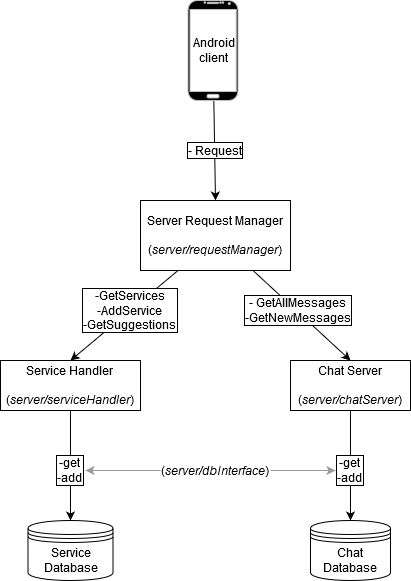
Before: imgs/server_modules.png, a diagram exported from draw.io (CLewisS/321-project). Source tidied: cells renumbered, new cells last; positions are measured from the earlier drawing's top-left corner, leaving out a move shared by most shapes.
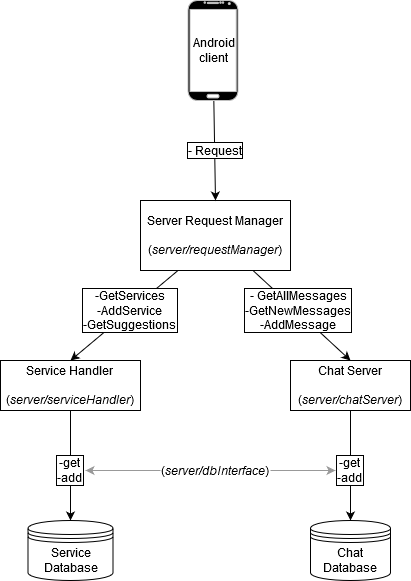
Later version of the same file.

The edit, as a diff of the source:
```diff
@@ -23,7 +23,7 @@
     <mxCell id="8" value="&lt;div&gt;Server Request Manager&lt;/div&gt;&lt;div&gt;&lt;br&gt;&lt;/div&gt;&lt;div&gt;(&lt;i&gt;server/requestManager&lt;/i&gt;)&lt;br&gt;&lt;/div&gt;" style="rounded=0;whiteSpace=wrap;html=1;" parent="1" vertex="1">
       <mxGeometry x="140" y="200" width="150" height="70" as="geometry" />
     </mxCell>
-    <mxCell id="9" value="&lt;div&gt;- GetAllMessages&lt;/div&gt;&lt;div&gt;-GetNewMessages&lt;br&gt;&lt;/div&gt;" style="text;html=1;strokeColor=none;fillColor=none;align=center;verticalAlign=middle;whiteSpace=wrap;rounded=0;labelBackgroundColor=#FFFFFF;labelBorderColor=#000000;" parent="1" vertex="1">
+    <mxCell id="9" value="&lt;div&gt;- GetAllMessages&lt;/div&gt;&lt;div&gt;-GetNewMessages&lt;/div&gt;&lt;div&gt;-AddMessage&lt;br&gt;&lt;/div&gt;" style="text;html=1;strokeColor=none;fillColor=none;align=center;verticalAlign=middle;whiteSpace=wrap;rounded=0;labelBackgroundColor=#FFFFFF;labelBorderColor=#000000;" parent="1" vertex="1">
       <mxGeometry x="237.5" y="280" width="120" height="60" as="geometry" />
     </mxCell>
     <mxCell id="10" value="&lt;div&gt;-GetServices&lt;/div&gt;&lt;div&gt;-AddService&lt;/div&gt;&lt;div&gt;-GetSuggestions&lt;br&gt;&lt;/div&gt;" style="text;html=1;strokeColor=none;fillColor=none;align=center;verticalAlign=middle;whiteSpace=wrap;rounded=0;labelBackgroundColor=#FFFFFF;labelBorderColor=#000000;" parent="1" vertex="1">
```
